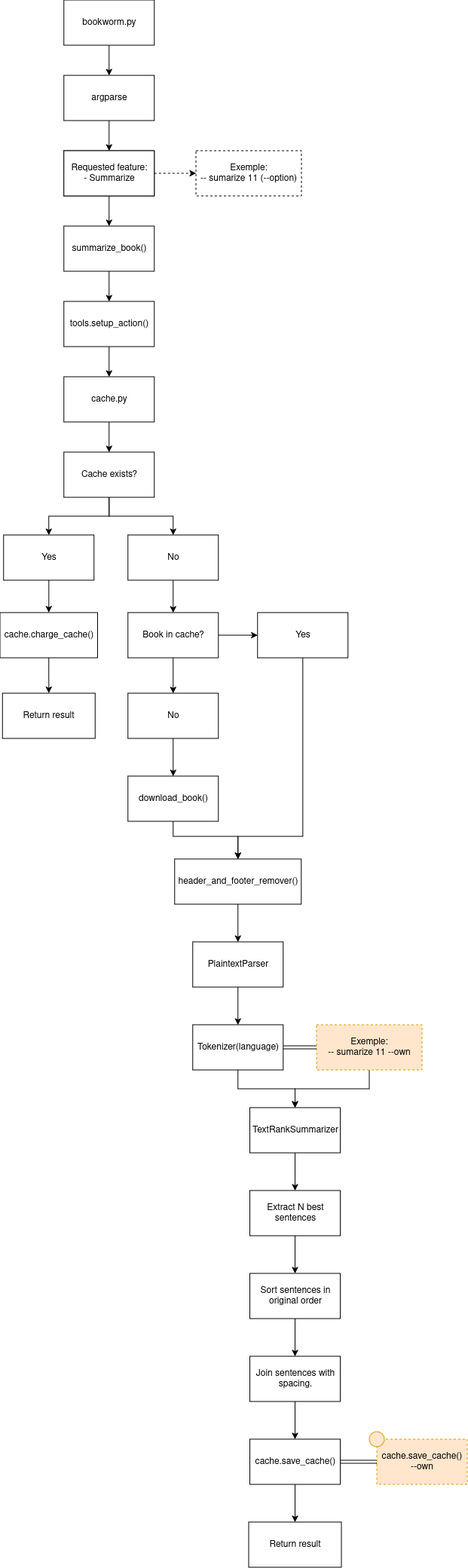
The draw.io diagram diagrams/summarize_diagram.png in yarellycn/bookworm, before a commit. Source tidied: cells renumbered, new cells last; positions are measured from the earlier drawing's top-left corner, leaving out a move shared by most shapes. The source it was exported from:
```xml
<mxGraphModel>
  <root>
    <mxCell id="0" />
    <mxCell id="1" parent="0" />
    <mxCell id="2" style="edgeStyle=orthogonalEdgeStyle;rounded=0;jettySize=auto;html=1;" parent="1" edge="1" source="3" target="5">
      <mxGeometry relative="1" as="geometry" />
    </mxCell>
    <mxCell id="3" value="bookworm.py" style="rounded=0;whiteSpace=wrap;html=1;" parent="1" vertex="1">
      <mxGeometry x="84.8" width="120" height="60" as="geometry" />
    </mxCell>
    <mxCell id="4" style="edgeStyle=orthogonalEdgeStyle;rounded=0;jettySize=auto;html=1;" parent="1" edge="1" source="5" target="7">
      <mxGeometry relative="1" as="geometry" />
    </mxCell>
    <mxCell id="5" value="argparse" style="rounded=0;whiteSpace=wrap;html=1;" parent="1" vertex="1">
      <mxGeometry x="84.8" y="100" width="120" height="60" as="geometry" />
    </mxCell>
    <mxCell id="6" style="edgeStyle=orthogonalEdgeStyle;rounded=0;jettySize=auto;html=1;" parent="1" edge="1" source="7" target="9">
      <mxGeometry relative="1" as="geometry" />
    </mxCell>
    <mxCell id="7" value="&lt;div&gt;Requested feature:&lt;/div&gt;&lt;div align=&quot;left&quot;&gt;- Summarize&lt;/div&gt;" style="rounded=0;whiteSpace=wrap;html=1;" parent="1" vertex="1">
      <mxGeometry x="84.8" y="200" width="120" height="60" as="geometry" />
    </mxCell>
    <mxCell id="8" style="edgeStyle=orthogonalEdgeStyle;rounded=0;jettySize=auto;html=1;" parent="1" edge="1" source="9" target="11">
      <mxGeometry relative="1" as="geometry" />
    </mxCell>
    <mxCell id="9" value="summarize_book()" style="rounded=0;whiteSpace=wrap;html=1;" parent="1" vertex="1">
      <mxGeometry x="84.8" y="300" width="120" height="60" as="geometry" />
    </mxCell>
    <mxCell id="10" style="edgeStyle=orthogonalEdgeStyle;rounded=0;jettySize=auto;html=1;" parent="1" edge="1" source="11" target="13">
      <mxGeometry relative="1" as="geometry" />
    </mxCell>
    <mxCell id="11" value="tools.setup_action()" style="rounded=0;whiteSpace=wrap;html=1;" parent="1" vertex="1">
      <mxGeometry x="84.8" y="400" width="120" height="60" as="geometry" />
    </mxCell>
    <mxCell id="12" style="edgeStyle=orthogonalEdgeStyle;rounded=0;jettySize=auto;html=1;" parent="1" edge="1" source="13" target="16">
      <mxGeometry relative="1" as="geometry" />
    </mxCell>
    <mxCell id="13" value="cache.py" style="rounded=0;whiteSpace=wrap;html=1;" parent="1" vertex="1">
      <mxGeometry x="84.8" y="500" width="120" height="60" as="geometry" />
    </mxCell>
    <mxCell id="14" style="edgeStyle=orthogonalEdgeStyle;rounded=0;jettySize=auto;html=1;" parent="1" edge="1" source="16" target="20">
      <mxGeometry relative="1" as="geometry" />
    </mxCell>
    <mxCell id="15" style="edgeStyle=orthogonalEdgeStyle;rounded=0;jettySize=auto;html=1;" parent="1" edge="1" source="16" target="18">
      <mxGeometry relative="1" as="geometry" />
    </mxCell>
    <mxCell id="16" value="Cache exists?" style="rounded=0;whiteSpace=wrap;html=1;" parent="1" vertex="1">
      <mxGeometry x="84.8" y="600" width="120" height="60" as="geometry" />
    </mxCell>
    <mxCell id="17" style="edgeStyle=orthogonalEdgeStyle;rounded=0;jettySize=auto;html=1;" parent="1" edge="1" source="18" target="22">
      <mxGeometry relative="1" as="geometry" />
    </mxCell>
    <mxCell id="18" value="Yes" style="rounded=0;whiteSpace=wrap;html=1;" parent="1" vertex="1">
      <mxGeometry x="4.8" y="710" width="120" height="60" as="geometry" />
    </mxCell>
    <mxCell id="19" style="edgeStyle=orthogonalEdgeStyle;rounded=0;jettySize=auto;html=1;" parent="1" edge="1" source="20" target="36">
      <mxGeometry relative="1" as="geometry" />
    </mxCell>
    <mxCell id="20" value="No" style="rounded=0;whiteSpace=wrap;html=1;" parent="1" vertex="1">
      <mxGeometry x="169.8" y="710" width="120" height="60" as="geometry" />
    </mxCell>
    <mxCell id="21" style="edgeStyle=orthogonalEdgeStyle;rounded=0;jettySize=auto;html=1;" parent="1" edge="1" source="22" target="27">
      <mxGeometry relative="1" as="geometry" />
    </mxCell>
    <mxCell id="22" value="cache.charge_cache()" style="rounded=0;whiteSpace=wrap;html=1;" parent="1" vertex="1">
      <mxGeometry y="813" width="129.5" height="60" as="geometry" />
    </mxCell>
    <mxCell id="23" style="edgeStyle=orthogonalEdgeStyle;rounded=0;jettySize=auto;html=1;" parent="1" edge="1" source="24" target="26">
      <mxGeometry relative="1" as="geometry">
        <Array as="points">
          <mxPoint x="229.8" y="1110" />
          <mxPoint x="315.8" y="1110" />
        </Array>
      </mxGeometry>
    </mxCell>
    <mxCell id="24" value="download_book()" style="rounded=0;whiteSpace=wrap;html=1;" parent="1" vertex="1">
      <mxGeometry x="169.8" y="1030" width="120" height="60" as="geometry" />
    </mxCell>
    <mxCell id="25" style="edgeStyle=orthogonalEdgeStyle;rounded=0;jettySize=auto;html=1;" parent="1" edge="1" source="26" target="29">
      <mxGeometry relative="1" as="geometry" />
    </mxCell>
    <mxCell id="26" value="header_and_footer_remover()" style="rounded=0;html=1;textDirection=ltr;whiteSpace=wrap;horizontal=1;verticalAlign=middle;labelPosition=center;verticalLabelPosition=middle;align=center;" parent="1" vertex="1">
      <mxGeometry x="231.8" y="1140" width="168" height="60" as="geometry" />
    </mxCell>
    <mxCell id="27" value="Return result" style="rounded=0;whiteSpace=wrap;html=1;" parent="1" vertex="1">
      <mxGeometry x="3.2" y="920" width="123" height="60" as="geometry" />
    </mxCell>
    <mxCell id="28" style="edgeStyle=orthogonalEdgeStyle;rounded=0;jettySize=auto;html=1;" parent="1" edge="1" source="29" target="43">
      <mxGeometry relative="1" as="geometry" />
    </mxCell>
    <mxCell id="29" value="PlaintextParser" style="rounded=0;whiteSpace=wrap;html=1;" parent="1" vertex="1">
      <mxGeometry x="255.8" y="1250" width="120" height="60" as="geometry" />
    </mxCell>
    <mxCell id="30" style="edgeStyle=orthogonalEdgeStyle;rounded=0;jettySize=auto;html=1;" parent="1" edge="1" source="32" target="33">
      <mxGeometry relative="1" as="geometry" />
    </mxCell>
    <mxCell id="31" style="edgeStyle=orthogonalEdgeStyle;rounded=0;jettySize=auto;html=1;shape=link;" parent="1" edge="1" source="32" target="57">
      <mxGeometry relative="1" as="geometry" />
    </mxCell>
    <mxCell id="32" value="cache.save_cache()" style="rounded=0;whiteSpace=wrap;html=1;" parent="1" vertex="1">
      <mxGeometry x="331.5" y="1910" width="120" height="60" as="geometry" />
    </mxCell>
    <mxCell id="33" value="Return result" style="rounded=0;whiteSpace=wrap;html=1;" parent="1" vertex="1">
      <mxGeometry x="330" y="2020" width="123" height="60" as="geometry" />
    </mxCell>
    <mxCell id="34" style="edgeStyle=orthogonalEdgeStyle;rounded=0;jettySize=auto;html=1;" parent="1" edge="1" source="36" target="38">
      <mxGeometry relative="1" as="geometry" />
    </mxCell>
    <mxCell id="35" style="edgeStyle=orthogonalEdgeStyle;rounded=0;jettySize=auto;html=1;" parent="1" edge="1" source="36" target="40">
      <mxGeometry relative="1" as="geometry" />
    </mxCell>
    <mxCell id="36" value="Book in cache?" style="rounded=0;whiteSpace=wrap;html=1;" parent="1" vertex="1">
      <mxGeometry x="169.8" y="813" width="120" height="60" as="geometry" />
    </mxCell>
    <mxCell id="37" style="edgeStyle=orthogonalEdgeStyle;rounded=0;jettySize=auto;html=1;" parent="1" edge="1" source="38" target="24">
      <mxGeometry relative="1" as="geometry" />
    </mxCell>
    <mxCell id="38" value="No" style="rounded=0;whiteSpace=wrap;html=1;" parent="1" vertex="1">
      <mxGeometry x="169.8" y="920" width="120" height="60" as="geometry" />
    </mxCell>
    <mxCell id="39" style="edgeStyle=orthogonalEdgeStyle;rounded=0;jettySize=auto;html=1;entryX=0.5;entryY=0;entryDx=0;entryDy=0;" parent="1" edge="1" source="40" target="26">
      <mxGeometry relative="1" as="geometry">
        <Array as="points">
          <mxPoint x="401.8" y="1110" />
          <mxPoint x="315.8" y="1110" />
        </Array>
      </mxGeometry>
    </mxCell>
    <mxCell id="40" value="Yes" style="rounded=0;whiteSpace=wrap;html=1;" parent="1" vertex="1">
      <mxGeometry x="341.8" y="813" width="120" height="60" as="geometry" />
    </mxCell>
    <mxCell id="41" style="edgeStyle=orthogonalEdgeStyle;rounded=0;jettySize=auto;html=1;" parent="1" edge="1" source="43" target="45">
      <mxGeometry relative="1" as="geometry" />
    </mxCell>
    <mxCell id="42" style="edgeStyle=orthogonalEdgeStyle;rounded=0;jettySize=auto;html=1;entryX=0;entryY=0.5;entryDx=0;entryDy=0;shape=link;" parent="1" edge="1" source="43" target="56">
      <mxGeometry relative="1" as="geometry" />
    </mxCell>
    <mxCell id="43" value="Tokenizer(language)" style="rounded=0;whiteSpace=wrap;html=1;" parent="1" vertex="1">
      <mxGeometry x="255.8" y="1360" width="120" height="60" as="geometry" />
    </mxCell>
    <mxCell id="44" style="edgeStyle=orthogonalEdgeStyle;rounded=0;jettySize=auto;html=1;" parent="1" edge="1" source="45" target="47">
      <mxGeometry relative="1" as="geometry" />
    </mxCell>
    <mxCell id="45" value="TextRankSummarizer" style="rounded=0;whiteSpace=wrap;html=1;" parent="1" vertex="1">
      <mxGeometry x="331.5" y="1470" width="120" height="60" as="geometry" />
    </mxCell>
    <mxCell id="46" style="edgeStyle=orthogonalEdgeStyle;rounded=0;jettySize=auto;html=1;" parent="1" edge="1" source="47" target="49">
      <mxGeometry relative="1" as="geometry" />
    </mxCell>
    <mxCell id="47" value="Extract N best sentences" style="rounded=0;whiteSpace=wrap;html=1;" parent="1" vertex="1">
      <mxGeometry x="331.5" y="1580" width="120" height="60" as="geometry" />
    </mxCell>
    <mxCell id="48" style="edgeStyle=orthogonalEdgeStyle;rounded=0;jettySize=auto;html=1;" parent="1" edge="1" source="49" target="51">
      <mxGeometry relative="1" as="geometry" />
    </mxCell>
    <mxCell id="49" value="Sort sentences in original order" style="rounded=0;whiteSpace=wrap;html=1;" parent="1" vertex="1">
      <mxGeometry x="331.5" y="1690" width="120" height="60" as="geometry" />
    </mxCell>
    <mxCell id="50" style="edgeStyle=orthogonalEdgeStyle;rounded=0;jettySize=auto;html=1;" parent="1" edge="1" source="51" target="32">
      <mxGeometry relative="1" as="geometry" />
    </mxCell>
    <mxCell id="51" value="Join sentences with spacing." style="rounded=0;whiteSpace=wrap;html=1;" parent="1" vertex="1">
      <mxGeometry x="331.5" y="1800" width="120" height="60" as="geometry" />
    </mxCell>
    <mxCell id="52" style="edgeStyle=orthogonalEdgeStyle;rounded=0;jettySize=auto;html=1;dashed=1;" parent="1" edge="1" source="53" target="54">
      <mxGeometry relative="1" as="geometry" />
    </mxCell>
    <mxCell id="53" value="&lt;div&gt;Requested feature:&lt;/div&gt;&lt;div&gt;- Summarize&lt;/div&gt;" style="rounded=0;whiteSpace=wrap;html=1;align=center;" parent="1" vertex="1">
      <mxGeometry x="84.8" y="200" width="120" height="60" as="geometry" />
    </mxCell>
    <mxCell id="54" value="Exemple:&lt;br&gt;-- sumarize 11 (--option)" style="rounded=0;whiteSpace=wrap;html=1;dashed=1;" parent="1" vertex="1">
      <mxGeometry x="260" y="200" width="140" height="60" as="geometry" />
    </mxCell>
    <mxCell id="55" style="edgeStyle=orthogonalEdgeStyle;rounded=0;jettySize=auto;html=1;" parent="1" edge="1" source="56" target="45">
      <mxGeometry relative="1" as="geometry" />
    </mxCell>
    <mxCell id="56" value="Exemple:&lt;br&gt;-- sumarize 11 --own" style="rounded=0;whiteSpace=wrap;html=1;dashed=1;fillColor=#ffe6cc;strokeColor=#d79b00;" parent="1" vertex="1">
      <mxGeometry x="420" y="1360" width="140" height="60" as="geometry" />
    </mxCell>
    <mxCell id="57" value="cache.save_cache() --own" style="rounded=0;whiteSpace=wrap;html=1;fillColor=#ffe6cc;strokeColor=#d79b00;dashed=1;" parent="1" vertex="1">
      <mxGeometry x="500" y="1910" width="120" height="60" as="geometry" />
    </mxCell>
    <mxCell id="58" style="ellipse;whiteSpace=wrap;html=1;fillColor=#ffe6cc;strokeColor=#d79b00;" parent="1" vertex="1">
      <mxGeometry x="490" y="1900" width="20" height="20" as="geometry" />
    </mxCell>
  </root>
</mxGraphModel>
```
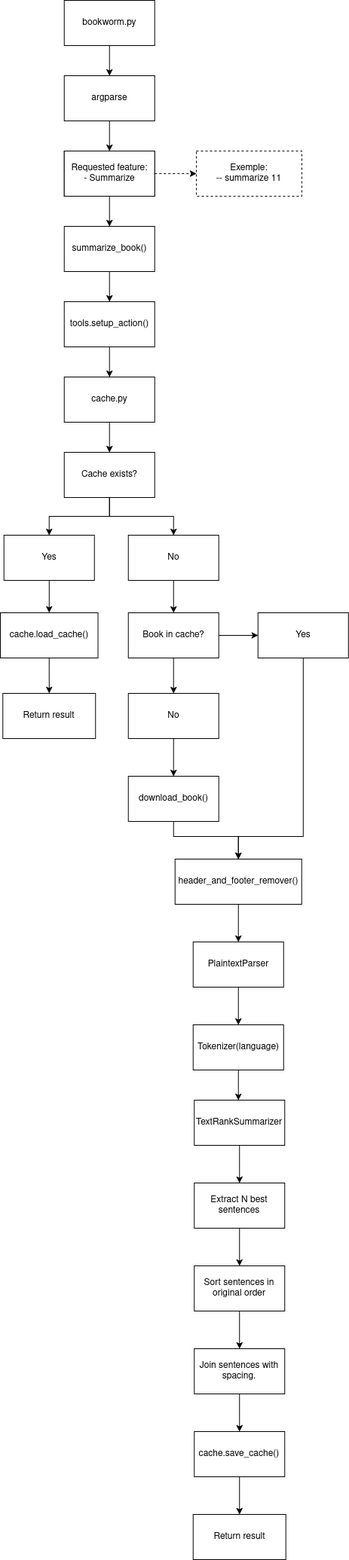
After the change.

Commit message:
[UPDATE]Update summarize diagram

What changed in the source:
```diff
@@ -62,7 +62,7 @@
     <mxCell id="21" style="edgeStyle=orthogonalEdgeStyle;rounded=0;jettySize=auto;html=1;" parent="1" edge="1" source="22" target="27">
       <mxGeometry relative="1" as="geometry" />
     </mxCell>
-    <mxCell id="22" value="cache.charge_cache()" style="rounded=0;whiteSpace=wrap;html=1;" parent="1" vertex="1">
+    <mxCell id="22" value="cache.load_cache()" style="rounded=0;whiteSpace=wrap;html=1;" parent="1" vertex="1">
       <mxGeometry y="813" width="129.5" height="60" as="geometry" />
     </mxCell>
     <mxCell id="23" style="edgeStyle=orthogonalEdgeStyle;rounded=0;jettySize=auto;html=1;" parent="1" edge="1" source="24" target="26">
@@ -94,14 +94,11 @@
     <mxCell id="30" style="edgeStyle=orthogonalEdgeStyle;rounded=0;jettySize=auto;html=1;" parent="1" edge="1" source="32" target="33">
       <mxGeometry relative="1" as="geometry" />
     </mxCell>
-    <mxCell id="31" style="edgeStyle=orthogonalEdgeStyle;rounded=0;jettySize=auto;html=1;shape=link;" parent="1" edge="1" source="32" target="57">
-      <mxGeometry relative="1" as="geometry" />
-    </mxCell>
     <mxCell id="32" value="cache.save_cache()" style="rounded=0;whiteSpace=wrap;html=1;" parent="1" vertex="1">
-      <mxGeometry x="331.5" y="1910" width="120" height="60" as="geometry" />
+      <mxGeometry x="257.2" y="1900" width="120" height="60" as="geometry" />
     </mxCell>
     <mxCell id="33" value="Return result" style="rounded=0;whiteSpace=wrap;html=1;" parent="1" vertex="1">
-      <mxGeometry x="330" y="2020" width="123" height="60" as="geometry" />
+      <mxGeometry x="255.8" y="2010" width="123" height="60" as="geometry" />
     </mxCell>
     <mxCell id="34" style="edgeStyle=orthogonalEdgeStyle;rounded=0;jettySize=auto;html=1;" parent="1" edge="1" source="36" target="38">
       <mxGeometry relative="1" as="geometry" />
@@ -130,11 +127,13 @@
       <mxGeometry x="341.8" y="813" width="120" height="60" as="geometry" />
     </mxCell>
     <mxCell id="41" style="edgeStyle=orthogonalEdgeStyle;rounded=0;jettySize=auto;html=1;" parent="1" edge="1" source="43" target="45">
-      <mxGeometry relative="1" as="geometry" />
+      <mxGeometry relative="1" as="geometry">
+        <Array as="points">
+          <mxPoint x="316" y="1450" />
+          <mxPoint x="316" y="1450" />
+        </Array>
+      </mxGeometry>
     </mxCell>
-    <mxCell id="42" style="edgeStyle=orthogonalEdgeStyle;rounded=0;jettySize=auto;html=1;entryX=0;entryY=0.5;entryDx=0;entryDy=0;shape=link;" parent="1" edge="1" source="43" target="56">
-      <mxGeometry relative="1" as="geometry" />
-    </mxCell>
     <mxCell id="43" value="Tokenizer(language)" style="rounded=0;whiteSpace=wrap;html=1;" parent="1" vertex="1">
       <mxGeometry x="255.8" y="1360" width="120" height="60" as="geometry" />
     </mxCell>
@@ -142,25 +141,25 @@
       <mxGeometry relative="1" as="geometry" />
     </mxCell>
     <mxCell id="45" value="TextRankSummarizer" style="rounded=0;whiteSpace=wrap;html=1;" parent="1" vertex="1">
-      <mxGeometry x="331.5" y="1470" width="120" height="60" as="geometry" />
+      <mxGeometry x="257.2" y="1460" width="120" height="60" as="geometry" />
     </mxCell>
     <mxCell id="46" style="edgeStyle=orthogonalEdgeStyle;rounded=0;jettySize=auto;html=1;" parent="1" edge="1" source="47" target="49">
       <mxGeometry relative="1" as="geometry" />
     </mxCell>
     <mxCell id="47" value="Extract N best sentences" style="rounded=0;whiteSpace=wrap;html=1;" parent="1" vertex="1">
-      <mxGeometry x="331.5" y="1580" width="120" height="60" as="geometry" />
+      <mxGeometry x="257.2" y="1570" width="120" height="60" as="geometry" />
     </mxCell>
     <mxCell id="48" style="edgeStyle=orthogonalEdgeStyle;rounded=0;jettySize=auto;html=1;" parent="1" edge="1" source="49" target="51">
       <mxGeometry relative="1" as="geometry" />
     </mxCell>
     <mxCell id="49" value="Sort sentences in original order" style="rounded=0;whiteSpace=wrap;html=1;" parent="1" vertex="1">
-      <mxGeometry x="331.5" y="1690" width="120" height="60" as="geometry" />
+      <mxGeometry x="257.2" y="1680" width="120" height="60" as="geometry" />
     </mxCell>
     <mxCell id="50" style="edgeStyle=orthogonalEdgeStyle;rounded=0;jettySize=auto;html=1;" parent="1" edge="1" source="51" target="32">
       <mxGeometry relative="1" as="geometry" />
     </mxCell>
     <mxCell id="51" value="Join sentences with spacing." style="rounded=0;whiteSpace=wrap;html=1;" parent="1" vertex="1">
-      <mxGeometry x="331.5" y="1800" width="120" height="60" as="geometry" />
+      <mxGeometry x="257.2" y="1790" width="120" height="60" as="geometry" />
     </mxCell>
     <mxCell id="52" style="edgeStyle=orthogonalEdgeStyle;rounded=0;jettySize=auto;html=1;dashed=1;" parent="1" edge="1" source="53" target="54">
       <mxGeometry relative="1" as="geometry" />
@@ -168,20 +167,8 @@
     <mxCell id="53" value="&lt;div&gt;Requested feature:&lt;/div&gt;&lt;div&gt;- Summarize&lt;/div&gt;" style="rounded=0;whiteSpace=wrap;html=1;align=center;" parent="1" vertex="1">
       <mxGeometry x="84.8" y="200" width="120" height="60" as="geometry" />
     </mxCell>
-    <mxCell id="54" value="Exemple:&lt;br&gt;-- sumarize 11 (--option)" style="rounded=0;whiteSpace=wrap;html=1;dashed=1;" parent="1" vertex="1">
+    <mxCell id="54" value="Exemple:&lt;br&gt;-- summarize 11" style="rounded=0;whiteSpace=wrap;html=1;dashed=1;" parent="1" vertex="1">
       <mxGeometry x="260" y="200" width="140" height="60" as="geometry" />
     </mxCell>
-    <mxCell id="55" style="edgeStyle=orthogonalEdgeStyle;rounded=0;jettySize=auto;html=1;" parent="1" edge="1" source="56" target="45">
-      <mxGeometry relative="1" as="geometry" />
-    </mxCell>
-    <mxCell id="56" value="Exemple:&lt;br&gt;-- sumarize 11 --own" style="rounded=0;whiteSpace=wrap;html=1;dashed=1;fillColor=#ffe6cc;strokeColor=#d79b00;" parent="1" vertex="1">
-      <mxGeometry x="420" y="1360" width="140" height="60" as="geometry" />
-    </mxCell>
-    <mxCell id="57" value="cache.save_cache() --own" style="rounded=0;whiteSpace=wrap;html=1;fillColor=#ffe6cc;strokeColor=#d79b00;dashed=1;" parent="1" vertex="1">
-      <mxGeometry x="500" y="1910" width="120" height="60" as="geometry" />
-    </mxCell>
-    <mxCell id="58" style="ellipse;whiteSpace=wrap;html=1;fillColor=#ffe6cc;strokeColor=#d79b00;" parent="1" vertex="1">
-      <mxGeometry x="490" y="1900" width="20" height="20" as="geometry" />
-    </mxCell>
   </root>
 </mxGraphModel>
```
